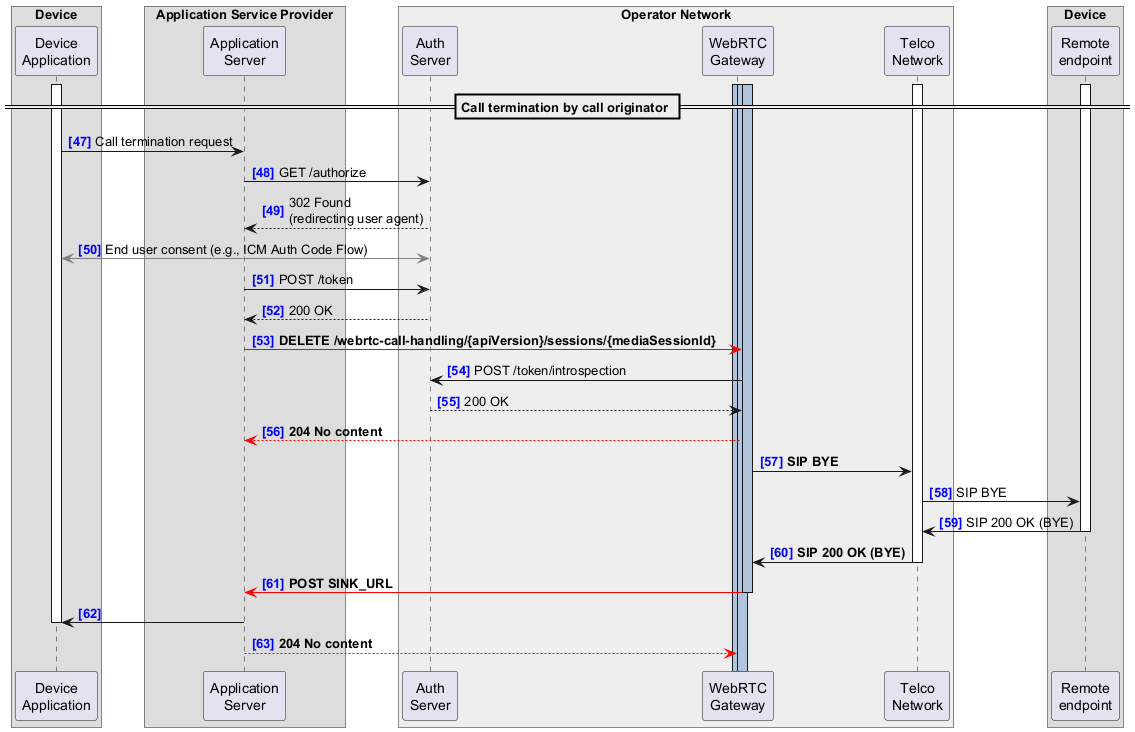
The PlantUML diagram documentation/SupportingDocuments/uml-diagrams-APIprovider/call_origination_and_disconnection_fig-2.png in camaraproject/WebRTC, before a commit. The source it was exported from:
```plantuml
@startuml
!pragma teoz true
autonumber 47 "<font color=blue><b>[0]"

<style>
.box {
  Margin 40
}
.audio{
  arrow {
    LineColor red
    LineThickness 5
  }
}
</style>

box Device
  participant "Device\nApplication" as DA
end box

box Application Service Provider
  participant "Application\nServer" as AS
end box

box "Operator Network" #EEEEEE
  participant "Auth\nServer" as AUTH
  participant "WebRTC\nGateway" as WG
  participant "Telco\nNetwork" as TN
end box

box Device
  participant "Remote\nendpoint" as RE
end box

activate WG #LightSteelBlue
activate WG #LightSteelBlue
activate WG #LightSteelBlue
activate TN
activate RE
activate DA

== Call termination by call originator ==

DA -> AS: Call termination request

AS -> AUTH: GET /authorize
AS <-- AUTH: 302 Found\n(redirecting user agent)
DA <[#gray]-> AUTH: End user consent (e.g., ICM Auth Code Flow)
AS -> AUTH: POST /token
AS <-- AUTH: 200 OK

AS -[#red]> WG: **DELETE /webrtc-call-handling/{apiVersion}/sessions/{mediaSessionId}**

AUTH <- WG: POST /token/introspection
AUTH --> WG: 200 OK

AS <[#red]-- WG: **204 No content**

WG -> TN: **SIP BYE**
TN -> RE: SIP BYE

TN <- RE --: SIP 200 OK (BYE)
WG <- TN --: **SIP 200 OK (BYE)**

AS <[#red]- WG: **POST SINK_URL**
deactivate WG

DA <- AS
deactivate DA

AS --[#red]> WG: **204 No content**
@enduml
```
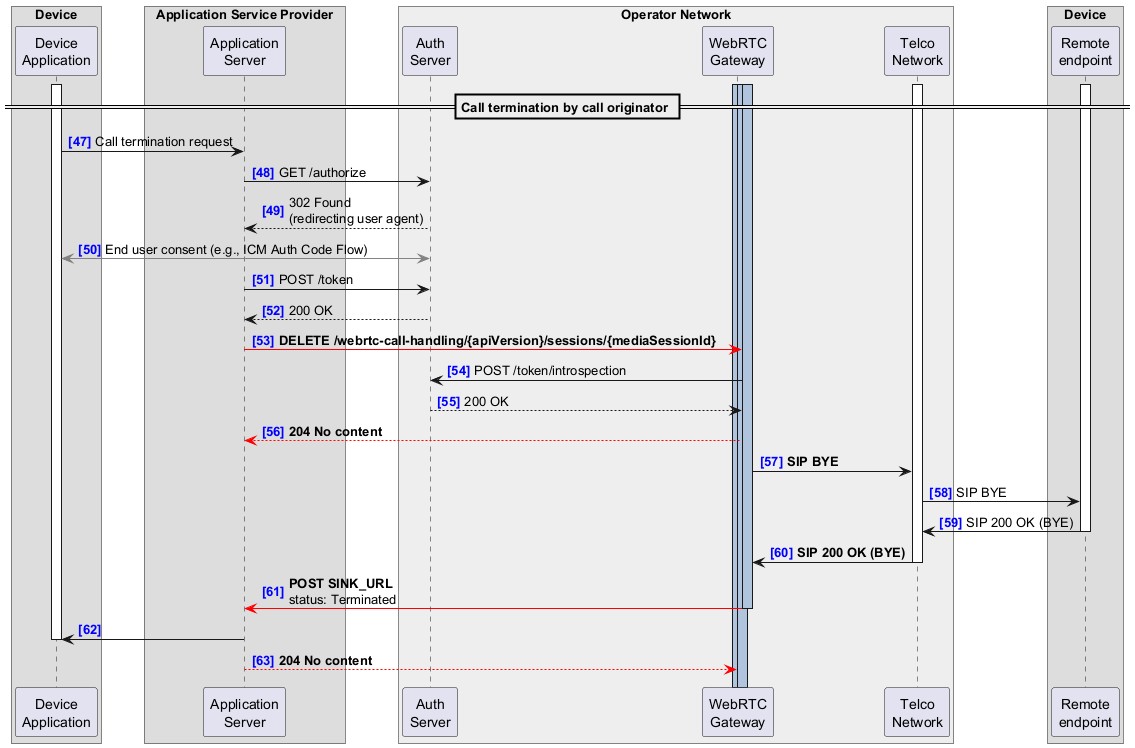
After the change.

Change to the diagram source:
```diff
@@ -62,7 +62,7 @@
 TN <- RE --: SIP 200 OK (BYE)
 WG <- TN --: **SIP 200 OK (BYE)**
 
-AS <[#red]- WG: **POST SINK_URL**
+AS <[#red]- WG: **POST SINK_URL**\nstatus: Terminated
 deactivate WG
 
 DA <- AS
```
